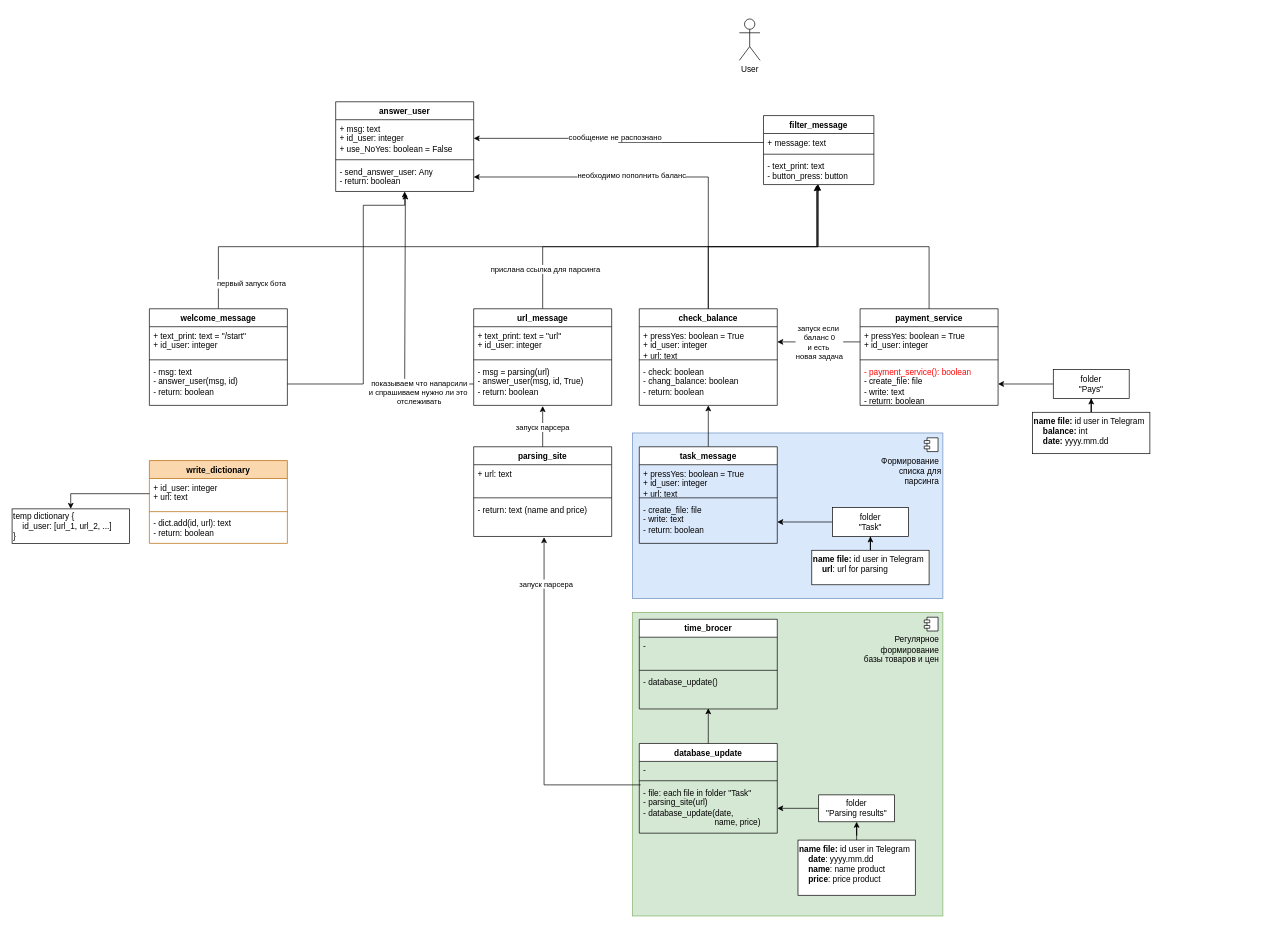
Arnoldig/Coursemc_final_work keeps this draw.io diagram as Functions for Telegram chatbot.drawio. Above is the earlier version. Source tidied: cells renumbered, new cells numbered last; positions are measured from the earlier drawing's top-left corner, leaving out a move shared by most shapes. Both pictures are drawn from the tidied source at 69%, with x=0, y=0 at pixel (12, 19).
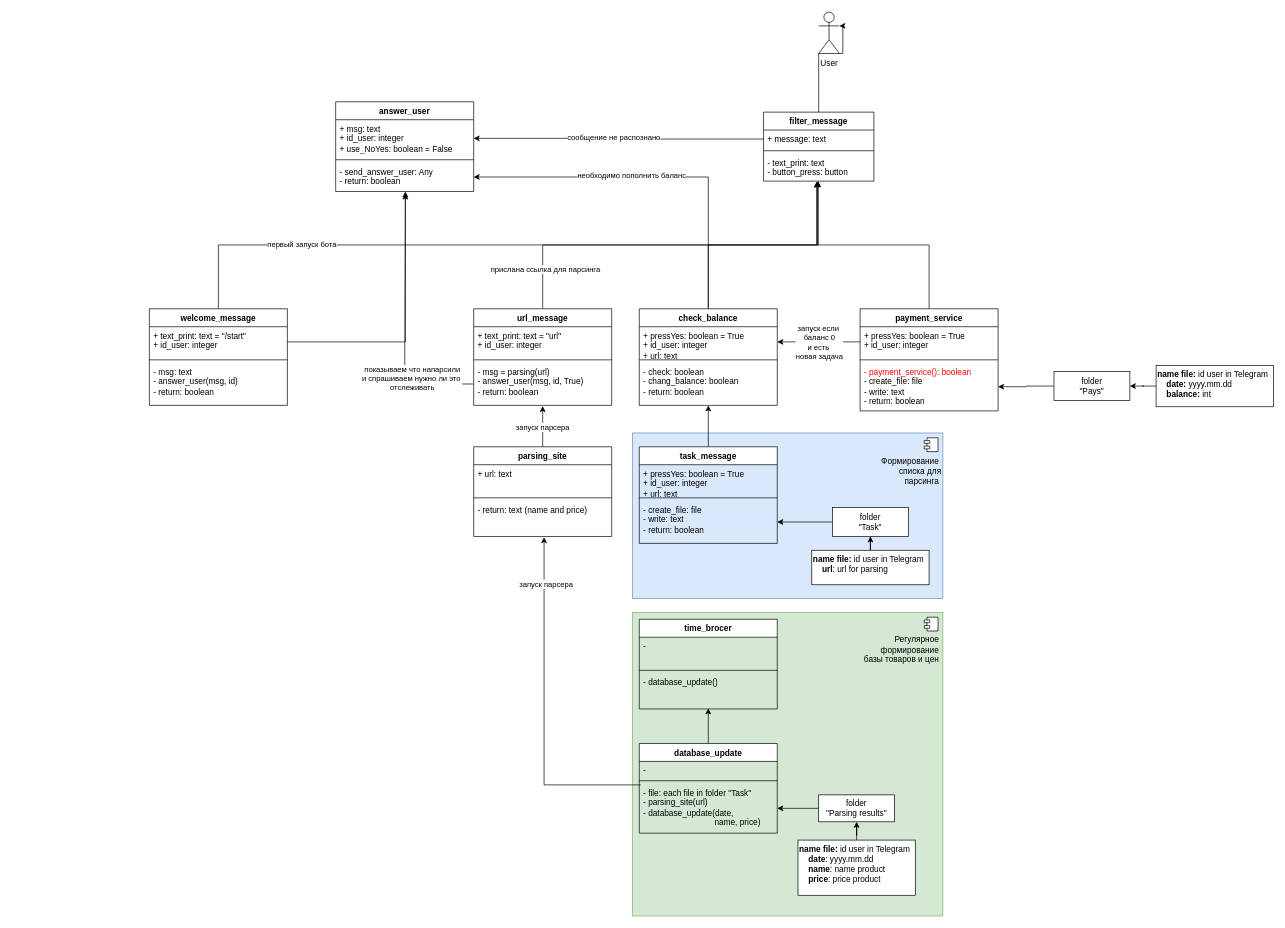
The same page after the edit.

Commit message:
Убрал словарь из схемы

Unchanged cells that the change refers to:
```xml
<mxCell id="11" style="edgeStyle=orthogonalEdgeStyle;rounded=0;jettySize=auto;html=1;entryX=0.494;entryY=1;entryDx=0;entryDy=0;entryPerimeter=0;" parent="1" edge="1" source="13" target="9">
  <mxGeometry relative="1" as="geometry" />
</mxCell>
<mxCell id="14" value="+ text_print: text = &quot;/start&quot;&lt;br&gt;+ id_user: integer" style="text;strokeColor=none;fillColor=none;align=left;verticalAlign=top;spacingLeft=4;spacingRight=4;overflow=hidden;points=[[0,0.5],[1,0.5]];portConstraint=eastwest;whiteSpace=wrap;html=1;" parent="13" vertex="1">
  <mxGeometry y="26" width="200" height="44" as="geometry" />
</mxCell>
<mxCell id="16" value="- msg: text&lt;br&gt;- answer_user(msg, id)&lt;br&gt;-&amp;nbsp;return: boolean" style="text;strokeColor=none;fillColor=none;align=left;verticalAlign=top;spacingLeft=4;spacingRight=4;overflow=hidden;points=[[0,0.5],[1,0.5]];portConstraint=eastwest;whiteSpace=wrap;html=1;" parent="13" vertex="1">
  <mxGeometry y="78" width="200" height="62" as="geometry" />
</mxCell>
<mxCell id="20" value="- send_answer_user: Any&lt;br&gt;- return: boolean" style="text;strokeColor=none;fillColor=none;align=left;verticalAlign=top;spacingLeft=4;spacingRight=4;overflow=hidden;points=[[0,0.5],[1,0.5]];portConstraint=eastwest;whiteSpace=wrap;html=1;" parent="17" vertex="1">
  <mxGeometry y="88" width="200" height="42" as="geometry" />
</mxCell>
<mxCell id="63" style="edgeStyle=orthogonalEdgeStyle;rounded=0;jettySize=auto;html=1;entryX=0.505;entryY=1.071;entryDx=0;entryDy=0;entryPerimeter=0;" parent="1" edge="1" source="26" target="20">
  <mxGeometry relative="1" as="geometry">
    <Array as="points">
      <mxPoint x="569" y="529" />
    </Array>
  </mxGeometry>
</mxCell>
```

What changed in the source:
```diff
@@
     <mxCell id="6" value="filter_message" style="swimlane;fontStyle=1;align=center;verticalAlign=top;horizontal=1;startSize=26;whiteSpace=wrap;html=1;" parent="1" vertex="1">
-      <mxGeometry x="1089" y="140" width="160" height="100" as="geometry" />
+      <mxGeometry x="1089" y="135" width="160" height="100" as="geometry" />
     </mxCell>
@@
     <mxCell id="10" value="User" style="shape=umlActor;verticalLabelPosition=bottom;verticalAlign=top;html=1;" parent="1" vertex="1">
-      <mxGeometry x="1054" width="30" height="60" as="geometry" />
+      <mxGeometry x="1169" y="-10" width="30" height="60" as="geometry" />
     </mxCell>
@@
     <mxCell id="12" value="первый запуск бота" style="edgeLabel;html=1;align=center;verticalAlign=middle;" parent="11" vertex="1">
       <mxGeometry x="-0.54" y="3" relative="1" as="geometry">
-        <mxPoint x="-104" y="56" as="offset" />
+        <mxPoint x="-29" y="2" as="offset" />
       </mxGeometry>
     </mxCell>
@@
-    <mxCell id="36" value="write_dictionary" style="swimlane;fontStyle=1;align=center;verticalAlign=top;horizontal=1;startSize=26;whiteSpace=wrap;html=1;fillColor=#fad7ac;strokeColor=#b46504;" parent="1" vertex="1">
-      <mxGeometry x="199" y="640" width="200" height="120" as="geometry" />
-    </mxCell>
-    <mxCell id="37" value="+ id_user: integer&lt;br style=&quot;border-color: var(--border-color);&quot;&gt;+ url: text&amp;nbsp;" style="text;strokeColor=none;fillColor=none;align=left;verticalAlign=top;spacingLeft=4;spacingRight=4;overflow=hidden;points=[[0,0.5],[1,0.5]];portConstraint=eastwest;whiteSpace=wrap;html=1;" parent="36" vertex="1">
-      <mxGeometry y="26" width="200" height="44" as="geometry" />
-    </mxCell>
-    <mxCell id="38" style="line;strokeWidth=1;fillColor=none;align=left;verticalAlign=middle;spacingTop=-1;spacingLeft=3;spacingRight=3;labelPosition=right;strokeColor=inherit;" parent="36" vertex="1">
-      <mxGeometry y="70" width="200" height="8" as="geometry" />
-    </mxCell>
-    <mxCell id="39" value="- dict.add(id, url): text&amp;nbsp;&lt;br&gt;- return: boolean&amp;nbsp;" style="text;strokeColor=none;fillColor=none;align=left;verticalAlign=top;spacingLeft=4;spacingRight=4;overflow=hidden;whiteSpace=wrap;html=1;" parent="36" vertex="1">
-      <mxGeometry y="78" width="200" height="42" as="geometry" />
-    </mxCell>
-    <mxCell id="40" value="&lt;div style=&quot;&quot;&gt;temp&amp;nbsp;dictionary {&lt;/div&gt;&lt;div style=&quot;&quot;&gt;&amp;nbsp; &amp;nbsp; id_user: [url_1, url_2, ...]&lt;/div&gt;&lt;div style=&quot;&quot;&gt;}&lt;/div&gt;" style="html=1;whiteSpace=wrap;align=left;" parent="1" vertex="1">
-      <mxGeometry y="710" width="170" height="50" as="geometry" />
-    </mxCell>
-    <mxCell id="41" style="edgeStyle=orthogonalEdgeStyle;rounded=0;jettySize=auto;html=1;entryX=0.5;entryY=0;entryDx=0;entryDy=0;" parent="1" edge="1" source="37" target="40">
-      <mxGeometry relative="1" as="geometry" />
-    </mxCell>
@@
     <mxCell id="64" value="показываем что напарсили&lt;br&gt;и спрашиваем нужно ли это&amp;nbsp;&lt;br&gt;отслеживать" style="edgeLabel;html=1;align=center;verticalAlign=middle;" parent="63" vertex="1">
       <mxGeometry x="-0.73" relative="1" as="geometry">
-        <mxPoint x="-29" y="11" as="offset" />
+        <mxPoint x="-39" y="-9" as="offset" />
       </mxGeometry>
     </mxCell>
-    <mxCell id="65" style="edgeStyle=orthogonalEdgeStyle;rounded=0;jettySize=auto;html=1;" parent="1" edge="1" source="16">
-      <mxGeometry relative="1" as="geometry">
-        <mxPoint x="569" y="250" as="targetPoint" />
-        <Array as="points">
-          <mxPoint x="509" y="529" />
-          <mxPoint x="509" y="270" />
-          <mxPoint x="569" y="270" />
-        </Array>
-      </mxGeometry>
-    </mxCell>
     <mxCell id="66" value="payment_service" style="swimlane;fontStyle=1;align=center;verticalAlign=top;horizontal=1;startSize=26;whiteSpace=wrap;html=1;" parent="1" vertex="1">
-      <mxGeometry x="1229" y="420" width="200" height="140" as="geometry" />
+      <mxGeometry x="1229" y="420" width="200" height="148" as="geometry" />
     </mxCell>
@@
     <mxCell id="69" value="&lt;font color=&quot;#ff0303&quot;&gt;-&amp;nbsp;payment_service(): boolean&lt;/font&gt;&lt;br&gt;- create_file: file&lt;br&gt;- write: text&lt;br&gt;- return: boolean" style="text;strokeColor=none;fillColor=none;align=left;verticalAlign=top;spacingLeft=4;spacingRight=4;overflow=hidden;points=[[0,0.5],[1,0.5]];portConstraint=eastwest;whiteSpace=wrap;html=1;" parent="66" vertex="1">
-      <mxGeometry y="78" width="200" height="62" as="geometry" />
+      <mxGeometry y="78" width="200" height="70" as="geometry" />
     </mxCell>
-    <mxCell id="70" style="edgeStyle=orthogonalEdgeStyle;rounded=0;jettySize=auto;html=1;entryX=0.5;entryY=1;entryDx=0;entryDy=0;" parent="1" edge="1" source="71" target="73">
+    <mxCell id="70" style="edgeStyle=orthogonalEdgeStyle;rounded=0;jettySize=auto;html=1;entryX=1;entryY=0.5;entryDx=0;entryDy=0;" parent="1" edge="1" source="71" target="73">
       <mxGeometry relative="1" as="geometry" />
     </mxCell>
-    <mxCell id="71" value="&lt;b&gt;name file:&lt;/b&gt; id user in Telegram&amp;nbsp;&amp;nbsp;&lt;br&gt;&lt;b&gt;&amp;nbsp; &amp;nbsp; balance:&amp;nbsp;&lt;/b&gt;int&amp;nbsp;&lt;br&gt;&amp;nbsp; &amp;nbsp; &lt;b&gt;date:&lt;/b&gt; yyyy.mm.dd&amp;nbsp;&lt;br&gt;" style="html=1;whiteSpace=wrap;align=left;verticalAlign=top;" parent="1" vertex="1">
-      <mxGeometry x="1479" y="570" width="170" height="60" as="geometry" />
+    <mxCell id="71" value="&lt;b&gt;name file:&lt;/b&gt; id user in Telegram&amp;nbsp;&amp;nbsp;&lt;br&gt;&amp;nbsp; &amp;nbsp; &lt;b&gt;date:&lt;/b&gt; yyyy.mm.dd&amp;nbsp;&lt;br&gt;&amp;nbsp; &amp;nbsp;&amp;nbsp;&lt;b style=&quot;border-color: var(--border-color);&quot;&gt;balance:&amp;nbsp;&lt;/b&gt;int&amp;nbsp;" style="html=1;whiteSpace=wrap;align=left;verticalAlign=top;" parent="1" vertex="1">
+      <mxGeometry x="1658" y="502" width="170" height="60" as="geometry" />
     </mxCell>
@@
     <mxCell id="73" value="folder &lt;br&gt;&quot;Pays&quot;" style="html=1;whiteSpace=wrap;" parent="1" vertex="1">
-      <mxGeometry x="1509" y="508" width="110" height="42" as="geometry" />
+      <mxGeometry x="1510" y="511" width="110" height="42" as="geometry" />
     </mxCell>
@@
+    <mxCell id="86" style="edgeStyle=orthogonalEdgeStyle;rounded=0;jettySize=auto;html=1;entryX=0.505;entryY=1;entryDx=0;entryDy=0;entryPerimeter=0;" parent="1" edge="1" source="14" target="20">
+      <mxGeometry relative="1" as="geometry" />
+    </mxCell>
+    <mxCell id="87" style="edgeStyle=orthogonalEdgeStyle;rounded=0;jettySize=auto;html=1;entryX=1;entryY=0.3333333333333333;entryDx=0;entryDy=0;entryPerimeter=0;" parent="1" edge="1" source="6" target="10">
+      <mxGeometry relative="1" as="geometry">
+        <Array as="points">
+          <mxPoint x="1169" y="50" />
+          <mxPoint x="1204" y="50" />
+          <mxPoint x="1204" y="10" />
+        </Array>
+      </mxGeometry>
+    </mxCell>
```
